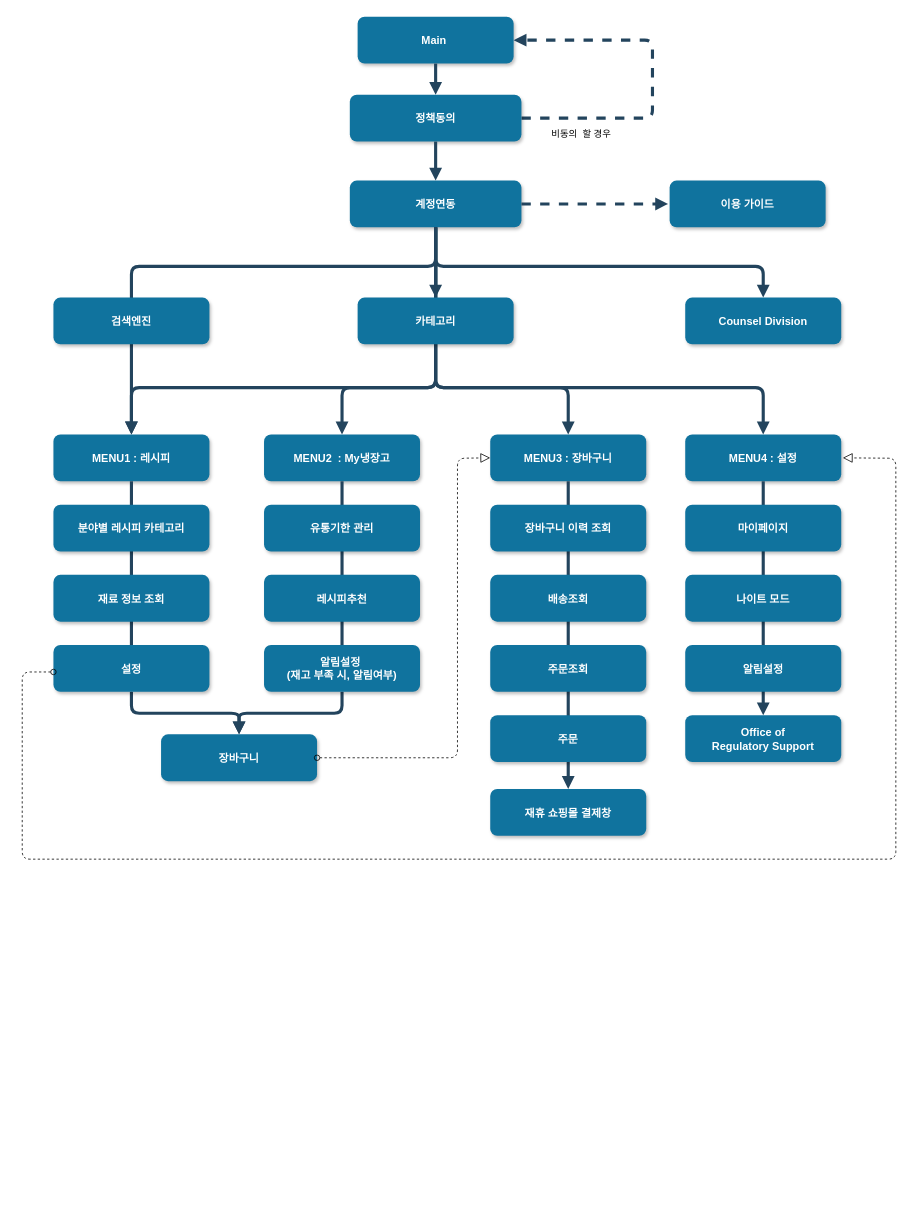
Before: Untitled Diagram.drawio in rlaqhrns/Main_sub, a draw.io diagram. Source tidied: cells renumbered, new cells numbered last; positions are measured from the earlier drawing's top-left corner, leaving out a move shared by most shapes. Both pictures are drawn from the tidied source at 78%, with x=0, y=0 at pixel (22, 16).
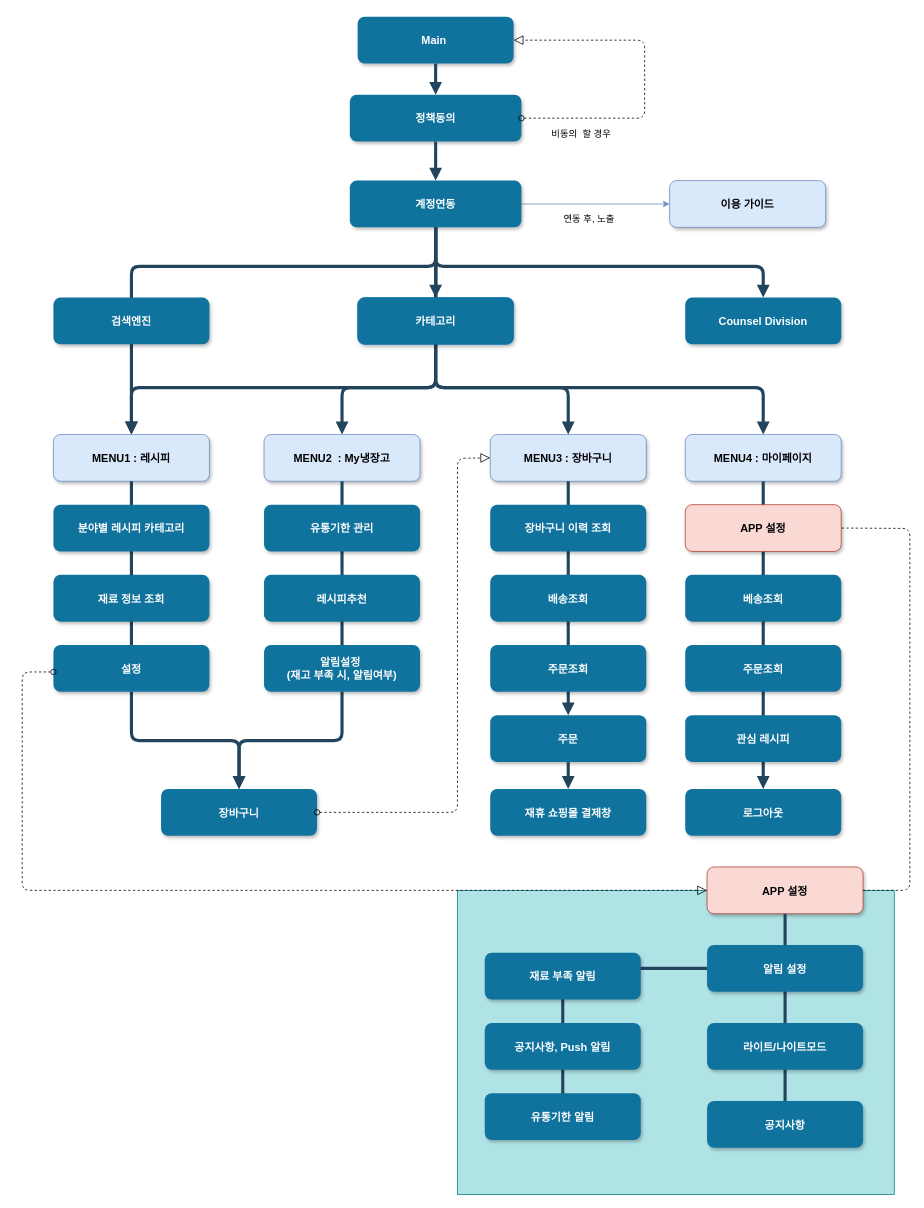
The same diagram, later.

The change refers to these unchanged cells:
```xml
<mxCell id="2" value="Main " style="rounded=1;fillColor=#10739E;strokeColor=none;shadow=1;gradientColor=none;fontStyle=1;fontColor=#FFFFFF;fontSize=14;" parent="1" vertex="1">
  <mxGeometry x="430" width="200" height="60" as="geometry" />
</mxCell>
<mxCell id="3" value="계정연동" style="rounded=1;fillColor=#10739E;strokeColor=none;shadow=1;gradientColor=none;fontStyle=1;fontColor=#FFFFFF;fontSize=14;" parent="1" vertex="1">
  <mxGeometry x="420" y="210" width="220" height="60" as="geometry" />
</mxCell>
<mxCell id="25" value="정책동의" style="rounded=1;fillColor=#10739E;strokeColor=none;shadow=1;gradientColor=none;fontStyle=1;fontColor=#FFFFFF;fontSize=14;" parent="1" vertex="1">
  <mxGeometry x="420" y="100" width="220" height="60" as="geometry" />
</mxCell>
<mxCell id="43" value="재휴 쇼핑몰 결제창" style="rounded=1;fillColor=#10739E;strokeColor=none;shadow=1;gradientColor=none;fontStyle=1;fontColor=#FFFFFF;fontSize=14;" parent="1" vertex="1">
  <mxGeometry x="600" y="990" width="200" height="60" as="geometry" />
</mxCell>
<mxCell id="44" value="주문" style="rounded=1;fillColor=#10739E;strokeColor=none;shadow=1;gradientColor=none;fontStyle=1;fontColor=#FFFFFF;fontSize=14;" parent="1" vertex="1">
  <mxGeometry x="600" y="895.5" width="200" height="60" as="geometry" />
</mxCell>
```

Diff of the diagram source:
```diff
@@
+    <mxCell id="49" style="edgeStyle=orthogonalEdgeStyle;rounded=0;jettySize=auto;html=1;exitX=1;exitY=0.5;exitDx=0;exitDy=0;entryX=0;entryY=0.5;entryDx=0;entryDy=0;fillColor=#dae8fc;strokeColor=#6c8ebf;" parent="1" edge="1" source="3" target="5">
+      <mxGeometry relative="1" as="geometry" />
+    </mxCell>
@@
-    <mxCell id="5" value="이용 가이드" style="rounded=1;fillColor=#10739E;strokeColor=none;shadow=1;gradientColor=none;fontStyle=1;fontColor=#FFFFFF;fontSize=14;" parent="1" vertex="1">
+    <mxCell id="5" value="이용 가이드" style="rounded=1;fillColor=#dae8fc;strokeColor=#6c8ebf;shadow=1;fontStyle=1;fontSize=14;" parent="1" vertex="1">
       <mxGeometry x="830" y="210" width="200" height="60" as="geometry" />
     </mxCell>
-    <mxCell id="6" value="MENU1 : 레시피" style="rounded=1;fillColor=#10739E;strokeColor=none;shadow=1;gradientColor=none;fontStyle=1;fontColor=#FFFFFF;fontSize=14;" parent="1" vertex="1">
+    <mxCell id="6" value="MENU1 : 레시피" style="rounded=1;fillColor=#dae8fc;strokeColor=#6c8ebf;shadow=1;fontStyle=1;fontSize=14;" parent="1" vertex="1">
       <mxGeometry x="40" y="535.5" width="200" height="60" as="geometry" />
     </mxCell>
     <mxCell id="7" value="장바구니" style="rounded=1;fillColor=#10739E;strokeColor=none;shadow=1;gradientColor=none;fontStyle=1;fontColor=#FFFFFF;fontSize=14;" parent="1" vertex="1">
-      <mxGeometry x="178" y="920" width="200" height="60" as="geometry" />
+      <mxGeometry x="178" y="990" width="200" height="60" as="geometry" />
     </mxCell>
-    <mxCell id="8" value="MENU2  : My냉장고" style="rounded=1;fillColor=#10739E;strokeColor=none;shadow=1;gradientColor=none;fontStyle=1;fontColor=#FFFFFF;fontSize=14;" parent="1" vertex="1">
+    <mxCell id="8" value="MENU2  : My냉장고" style="rounded=1;fillColor=#dae8fc;strokeColor=#6c8ebf;shadow=1;fontStyle=1;fontSize=14;" parent="1" vertex="1">
       <mxGeometry x="310" y="535.5" width="200" height="60" as="geometry" />
     </mxCell>
-    <mxCell id="9" value="MENU3 : 장바구니" style="rounded=1;fillColor=#10739E;strokeColor=none;shadow=1;gradientColor=none;fontStyle=1;fontColor=#FFFFFF;fontSize=14;" parent="1" vertex="1">
+    <mxCell id="9" value="MENU3 : 장바구니" style="rounded=1;fillColor=#dae8fc;strokeColor=#6c8ebf;shadow=1;fontStyle=1;fontSize=14;" parent="1" vertex="1">
       <mxGeometry x="600" y="535.5" width="200" height="60" as="geometry" />
     </mxCell>
-    <mxCell id="10" value="MENU4 : 설정" style="rounded=1;fillColor=#10739E;strokeColor=none;shadow=1;gradientColor=none;fontStyle=1;fontColor=#FFFFFF;fontSize=14;" parent="1" vertex="1">
+    <mxCell id="10" value="MENU4 : 마이페이지" style="rounded=1;fillColor=#dae8fc;strokeColor=#6c8ebf;shadow=1;fontStyle=1;fontSize=14;" parent="1" vertex="1">
       <mxGeometry x="850" y="535.5" width="200" height="60" as="geometry" />
     </mxCell>
-    <mxCell id="11" value="Office of&#10; Regulatory Support" style="rounded=1;fillColor=#10739E;strokeColor=none;shadow=1;gradientColor=none;fontStyle=1;fontColor=#FFFFFF;fontSize=14;" parent="1" vertex="1">
-      <mxGeometry x="850" y="895.5" width="200" height="60" as="geometry" />
-    </mxCell>
@@
-    <mxCell id="16" style="edgeStyle=elbowEdgeStyle;elbow=vertical;strokeWidth=4;endArrow=block;endFill=1;fontStyle=1;dashed=1;strokeColor=#23445D;exitX=1;exitY=0.5;exitDx=0;exitDy=0;entryX=1;entryY=0.5;entryDx=0;entryDy=0;" parent="1" edge="1" source="25" target="2">
-      <mxGeometry x="22" y="165.5" as="geometry">
-        <Array as="points">
-          <mxPoint x="808" y="90" />
-        </Array>
-      </mxGeometry>
-    </mxCell>
@@
-    <mxCell id="22" style="edgeStyle=elbowEdgeStyle;elbow=vertical;strokeWidth=4;endArrow=block;endFill=1;fontStyle=1;strokeColor=#23445D;entryX=0.5;entryY=0;entryDx=0;entryDy=0;" parent="1" edge="1" source="9" target="43">
+    <mxCell id="22" style="edgeStyle=elbowEdgeStyle;elbow=vertical;strokeWidth=4;endArrow=block;endFill=1;fontStyle=1;strokeColor=#23445D;entryX=0.5;entryY=0;entryDx=0;entryDy=0;" parent="1" edge="1" source="9" target="44">
       <mxGeometry x="72" y="165.5" as="geometry" />
     </mxCell>
@@
-    <mxCell id="36" value="배송조회" style="rounded=1;fillColor=#10739E;strokeColor=none;shadow=1;gradientColor=none;fontStyle=1;fontColor=#FFFFFF;fontSize=14;" parent="1" vertex="1">
+    <mxCell id="36" value="배송조회" style="rounded=1;strokeColor=none;shadow=1;gradientColor=none;fontStyle=1;fontColor=#FFFFFF;fontSize=14;fillColor=#10739E;" parent="1" vertex="1">
       <mxGeometry x="600" y="715.5" width="200" height="60" as="geometry" />
     </mxCell>
@@
-    <mxCell id="38" value="카테고리" style="rounded=1;fillColor=#10739E;strokeColor=none;shadow=1;gradientColor=none;fontStyle=1;fontColor=#FFFFFF;fontSize=14;" parent="1" vertex="1">
+    <mxCell id="38" value="카테고리" style="rounded=1;strokeColor=#006EAF;shadow=1;fontStyle=1;fontSize=14;fontColor=#ffffff;fillColor=#10739E;" parent="1" vertex="1">
       <mxGeometry x="430" y="360" width="200" height="60" as="geometry" />
     </mxCell>
     <mxCell id="39" style="startArrow=oval;startFill=0;startSize=7;endArrow=block;endFill=0;endSize=10;dashed=1;html=1;exitX=1;exitY=0.5;exitDx=0;exitDy=0;entryX=0;entryY=0.5;entryDx=0;entryDy=0;" parent="1" edge="1" source="7" target="9">
       <mxGeometry relative="1" as="geometry">
         <Array as="points">
-          <mxPoint x="558" y="950" />
+          <mxPoint x="558" y="1020" />
           <mxPoint x="558" y="566" />
         </Array>
       </mxGeometry>
     </mxCell>
-    <mxCell id="40" style="edgeStyle=elbowEdgeStyle;elbow=vertical;strokeWidth=4;endArrow=block;endFill=1;fontStyle=1;dashed=1;strokeColor=#23445D;exitX=1;exitY=0.5;exitDx=0;exitDy=0;" parent="1" edge="1" source="3">
-      <mxGeometry x="32" y="175.5" as="geometry">
-        <mxPoint x="828" y="240" as="targetPoint" />
-        <Array as="points">
-          <mxPoint x="738" y="240" />
-        </Array>
-      </mxGeometry>
-    </mxCell>
@@
-    <mxCell id="42" style="startArrow=oval;startFill=0;startSize=7;endArrow=block;endFill=0;endSize=10;dashed=1;html=1;entryX=1;entryY=0.5;entryDx=0;entryDy=0;" parent="1" edge="1">
-      <mxGeometry relative="1" as="geometry">
-        <mxPoint x="40" y="840" as="sourcePoint" />
-        <mxPoint x="1052" y="565.5" as="targetPoint" />
-        <Array as="points">
-          <mxPoint y="840" />
-          <mxPoint y="1080" />
-          <mxPoint x="1120" y="1080" />
-          <mxPoint x="1120" y="566" />
-        </Array>
-      </mxGeometry>
-    </mxCell>
@@
-    <mxCell id="45" style="edgeStyle=elbowEdgeStyle;elbow=vertical;strokeWidth=4;endArrow=block;endFill=1;fontStyle=1;strokeColor=#23445D;entryX=0.5;entryY=0;entryDx=0;entryDy=0;exitX=0.5;exitY=1;exitDx=0;exitDy=0;" parent="1" edge="1" source="10" target="11">
+    <mxCell id="45" style="edgeStyle=elbowEdgeStyle;elbow=vertical;strokeWidth=4;endArrow=block;endFill=1;fontStyle=1;strokeColor=#23445D;exitX=0.5;exitY=1;exitDx=0;exitDy=0;entryX=0.5;entryY=0;entryDx=0;entryDy=0;" parent="1" edge="1" source="10" target="56">
       <mxGeometry x="82" y="175.5" as="geometry" />
     </mxCell>
-    <mxCell id="46" value="마이페이지" style="rounded=1;fillColor=#10739E;strokeColor=none;shadow=1;gradientColor=none;fontStyle=1;fontColor=#FFFFFF;fontSize=14;" parent="1" vertex="1">
+    <mxCell id="46" value="APP 설정" style="rounded=1;fillColor=#fad9d5;strokeColor=#ae4132;shadow=1;fontStyle=1;fontSize=14;" parent="1" vertex="1">
       <mxGeometry x="850" y="625.5" width="200" height="60" as="geometry" />
     </mxCell>
-    <mxCell id="47" value="나이트 모드" style="rounded=1;fillColor=#10739E;strokeColor=none;shadow=1;gradientColor=none;fontStyle=1;fontColor=#FFFFFF;fontSize=14;" parent="1" vertex="1">
+    <mxCell id="47" value="베송조회" style="rounded=1;fillColor=#10739E;strokeColor=none;shadow=1;gradientColor=none;fontStyle=1;fontColor=#FFFFFF;fontSize=14;" parent="1" vertex="1">
       <mxGeometry x="850" y="715.5" width="200" height="60" as="geometry" />
     </mxCell>
-    <mxCell id="48" value="알림설정" style="rounded=1;fillColor=#10739E;strokeColor=none;shadow=1;gradientColor=none;fontStyle=1;fontColor=#FFFFFF;fontSize=14;" parent="1" vertex="1">
+    <mxCell id="48" value="주문조회" style="rounded=1;fillColor=#10739E;strokeColor=none;shadow=1;gradientColor=none;fontStyle=1;fontColor=#FFFFFF;fontSize=14;" parent="1" vertex="1">
       <mxGeometry x="850" y="805.5" width="200" height="60" as="geometry" />
     </mxCell>
+    <mxCell id="50" style="edgeStyle=elbowEdgeStyle;elbow=vertical;strokeWidth=4;endArrow=block;endFill=1;fontStyle=1;strokeColor=#23445D;entryX=0.5;entryY=0;entryDx=0;entryDy=0;exitX=0.5;exitY=1;exitDx=0;exitDy=0;" parent="1" edge="1" source="44" target="43">
+      <mxGeometry x="82" y="175.5" as="geometry" />
+    </mxCell>
+    <mxCell id="51" value="연동 후, 노출" style="text;html=1;strokeColor=none;fillColor=none;align=center;verticalAlign=middle;whiteSpace=wrap;rounded=0;" parent="1" vertex="1">
+      <mxGeometry x="678" y="250" width="98" height="20" as="geometry" />
+    </mxCell>
+    <mxCell id="16" style="startArrow=oval;startFill=0;startSize=7;endArrow=block;endFill=0;endSize=10;dashed=1;html=1;exitX=1;exitY=0.5;exitDx=0;exitDy=0;entryX=1;entryY=0.5;entryDx=0;entryDy=0;" parent="1" edge="1" source="25" target="2">
+      <mxGeometry relative="1" as="geometry">
+        <Array as="points">
+          <mxPoint x="798" y="130" />
+          <mxPoint x="798" y="30" />
+        </Array>
+      </mxGeometry>
+    </mxCell>
+    <mxCell id="11" value="관심 레시피" style="rounded=1;fillColor=#10739E;strokeColor=none;shadow=1;gradientColor=none;fontStyle=1;fontColor=#FFFFFF;fontSize=14;" parent="1" vertex="1">
+      <mxGeometry x="850" y="895.5" width="200" height="60" as="geometry" />
+    </mxCell>
+    <mxCell id="52" style="rounded=0;whiteSpace=wrap;html=1;strokeColor=#0e8088;fillColor=#b0e3e6;" parent="1" vertex="1">
+      <mxGeometry x="558" y="1120" width="560" height="390" as="geometry" />
+    </mxCell>
+    <mxCell id="53" value="APP 설정" style="rounded=1;fillColor=#fad9d5;strokeColor=#ae4132;shadow=1;fontStyle=1;fontSize=14;" parent="1" vertex="1">
+      <mxGeometry x="878" y="1090" width="200" height="60" as="geometry" />
+    </mxCell>
+    <mxCell id="54" style="endArrow=none;dashed=1;html=1;entryX=1;entryY=0.5;entryDx=0;entryDy=0;exitX=1;exitY=0.5;exitDx=0;exitDy=0;" parent="1" edge="1" source="53" target="46">
+      <mxGeometry relative="1" as="geometry">
+        <Array as="points">
+          <mxPoint x="1138" y="1120" />
+          <mxPoint x="1138" y="656" />
+        </Array>
+      </mxGeometry>
+    </mxCell>
+    <mxCell id="55" style="edgeStyle=elbowEdgeStyle;elbow=vertical;strokeWidth=4;endArrow=block;endFill=1;fontStyle=1;strokeColor=#23445D;entryX=0.5;entryY=1;entryDx=0;entryDy=0;exitX=0.5;exitY=1;exitDx=0;exitDy=0;" parent="1" edge="1" source="53" target="58">
+      <mxGeometry x="652" y="540" as="geometry">
+        <Array as="points">
+          <mxPoint x="968" y="1320" />
+        </Array>
+      </mxGeometry>
+    </mxCell>
+    <mxCell id="42" style="startArrow=oval;startFill=0;startSize=7;endArrow=block;endFill=0;endSize=10;dashed=1;html=1;entryX=0;entryY=0.5;entryDx=0;entryDy=0;" parent="1" edge="1" target="53">
+      <mxGeometry relative="1" as="geometry">
+        <mxPoint x="40" y="840" as="sourcePoint" />
+        <Array as="points">
+          <mxPoint y="840" />
+          <mxPoint y="1080" />
+          <mxPoint y="1120" />
+        </Array>
+      </mxGeometry>
+    </mxCell>
+    <mxCell id="56" value="로그아웃" style="rounded=1;fillColor=#10739E;strokeColor=none;shadow=1;gradientColor=none;fontStyle=1;fontColor=#FFFFFF;fontSize=14;" parent="1" vertex="1">
+      <mxGeometry x="850" y="990" width="200" height="60" as="geometry" />
+    </mxCell>
+    <mxCell id="57" value="라이트/나이트모드" style="rounded=1;fillColor=#10739E;strokeColor=none;shadow=1;gradientColor=none;fontStyle=1;fontColor=#FFFFFF;fontSize=14;" parent="1" vertex="1">
+      <mxGeometry x="878" y="1290" width="200" height="60" as="geometry" />
+    </mxCell>
+    <mxCell id="58" value="공지사항" style="rounded=1;fillColor=#10739E;strokeColor=none;shadow=1;gradientColor=none;fontStyle=1;fontColor=#FFFFFF;fontSize=14;" parent="1" vertex="1">
+      <mxGeometry x="878" y="1390" width="200" height="60" as="geometry" />
+    </mxCell>
+    <mxCell id="59" value="알림 설정" style="rounded=1;fillColor=#10739E;strokeColor=none;shadow=1;gradientColor=none;fontStyle=1;fontColor=#FFFFFF;fontSize=14;" parent="1" vertex="1">
+      <mxGeometry x="878" y="1190" width="200" height="60" as="geometry" />
+    </mxCell>
+    <mxCell id="60" style="edgeStyle=elbowEdgeStyle;elbow=vertical;strokeWidth=4;endArrow=block;endFill=1;fontStyle=1;strokeColor=#23445D;exitX=0;exitY=0.5;exitDx=0;exitDy=0;entryX=0.5;entryY=1;entryDx=0;entryDy=0;" parent="1" edge="1" source="59" target="63">
+      <mxGeometry x="662" y="550" as="geometry">
+        <Array as="points">
+          <mxPoint x="788" y="1220" />
+          <mxPoint x="708" y="1230" />
+        </Array>
+      </mxGeometry>
+    </mxCell>
+    <mxCell id="61" value="재료 부족 알림" style="rounded=1;fillColor=#10739E;strokeColor=none;shadow=1;gradientColor=none;fontStyle=1;fontColor=#FFFFFF;fontSize=14;" parent="1" vertex="1">
+      <mxGeometry x="593" y="1200" width="200" height="60" as="geometry" />
+    </mxCell>
+    <mxCell id="62" value="공지사항, Push 알림" style="rounded=1;fillColor=#10739E;strokeColor=none;shadow=1;gradientColor=none;fontStyle=1;fontColor=#FFFFFF;fontSize=14;" parent="1" vertex="1">
+      <mxGeometry x="593" y="1290" width="200" height="60" as="geometry" />
+    </mxCell>
+    <mxCell id="63" value="유통기한 알림" style="rounded=1;fillColor=#10739E;strokeColor=none;shadow=1;gradientColor=none;fontStyle=1;fontColor=#FFFFFF;fontSize=14;" parent="1" vertex="1">
+      <mxGeometry x="593" y="1380" width="200" height="60" as="geometry" />
+    </mxCell>
```
